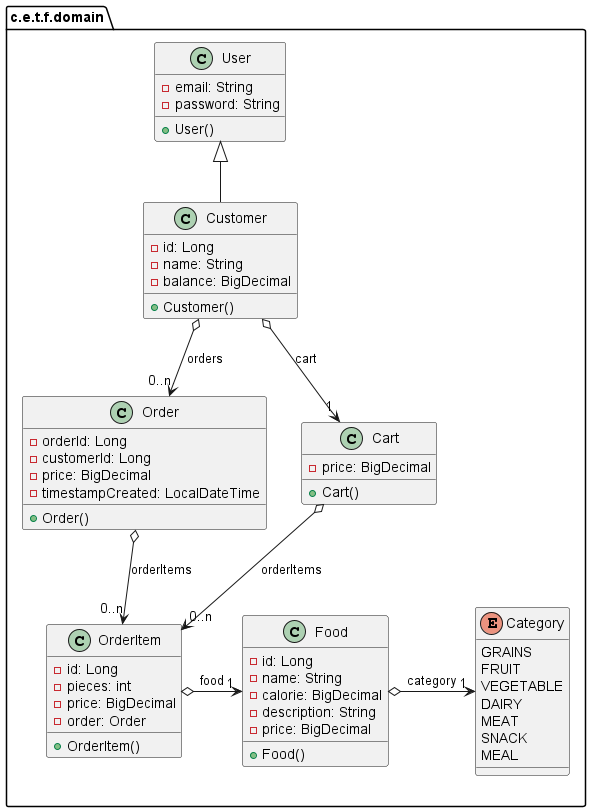
Earlier version of the PlantUML export java-persistence-food-delivery/domain.png (epam-mep-java/exercise-specification-images).
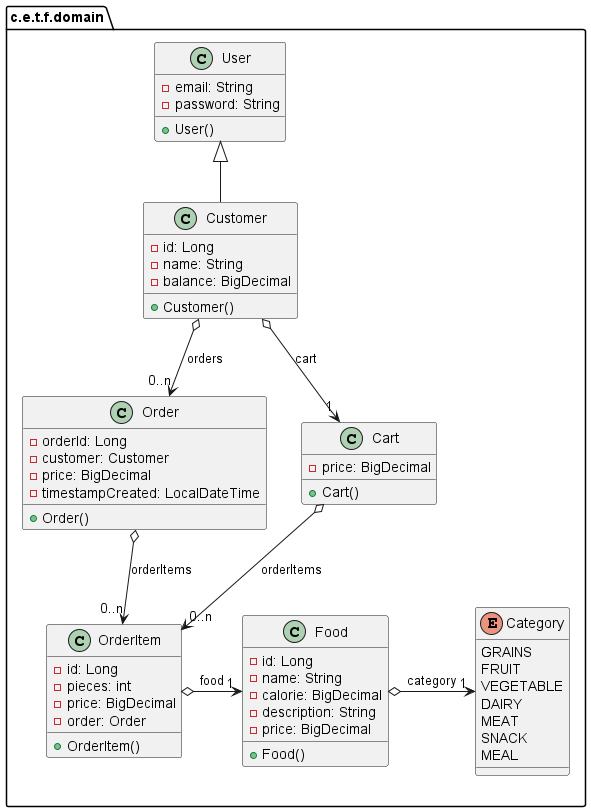
After the change.

Commit message:
Updated domain file in java-persistance-food-delivery

The edit, as a diff of the source:
```diff
@@ -19,7 +19,7 @@
 }
 class Order {
 - orderId: Long
-- customerId: Long
+- customer: Customer
 - price: BigDecimal
 - timestampCreated: LocalDateTime
 + Order()
```
